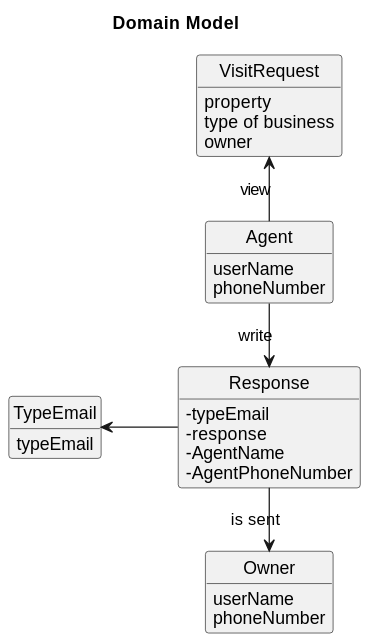
This is docs/Sprint-D/US016/02.analysis/svg/us016-domain-model.svg from Rodrick0209/ISEP-LAPR2-22-23, a PlantUML export, as it was before one commit. The source it was exported from:
```plantuml
@startuml
skinparam monochrome true
skinparam packageStyle rectangle
skinparam shadowing false

left to right direction

skinparam classAttributeIconSize 0

hide circle
hide methods

title Domain Model


class Agent{
    userName
    phoneNumber
}

class VisitRequest{
    property
    type of business
    owner
}

class Owner{
    userName
    phoneNumber
}

class Response {
    -typeEmail
    -response
    -AgentName
    -AgentPhoneNumber
}

class TypeEmail{
    typeEmail
}

Agent -l-> VisitRequest :  view
Agent -> Response : write
Response -> Owner : is sent
Response -u-> TypeEmail
@enduml
```
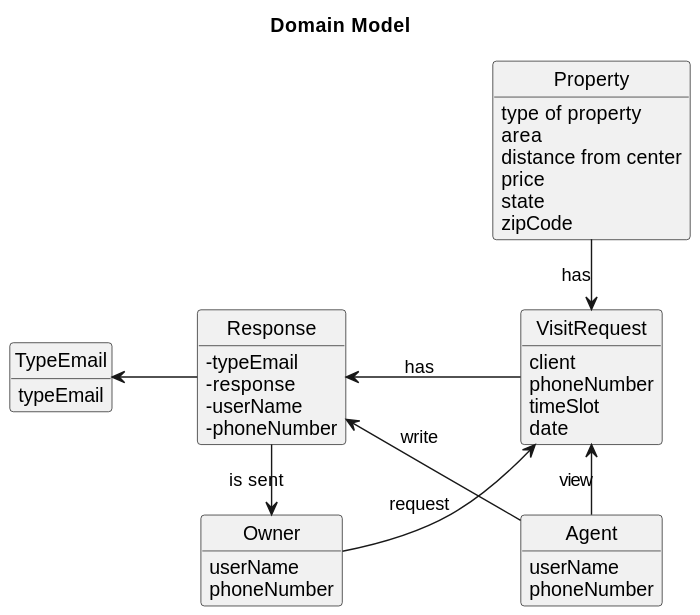
After the commit.

The edit, as a diff of the source:
```diff
@@ -18,10 +18,21 @@
     phoneNumber
 }
 
+class Property{
+       type of property
+       area
+       distance from center
+       price
+       state
+       zipCode
+}
+
+
 class VisitRequest{
-    property
-    type of business
-    owner
+    client
+    phoneNumber
+    timeSlot
+    date
 }
 
 class Owner{
@@ -32,16 +43,23 @@
 class Response {
     -typeEmail
     -response
-    -AgentName
-    -AgentPhoneNumber
+    -userName
+    -phoneNumber
 }
 
 class TypeEmail{
     typeEmail
 }
 
+class Response {
+
+}
+
 Agent -l-> VisitRequest :  view
 Agent -> Response : write
 Response -> Owner : is sent
 Response -u-> TypeEmail
+Property -> VisitRequest : has
+Owner -d-> VisitRequest : request
+VisitRequest -r-> Response: has
 @enduml
```
